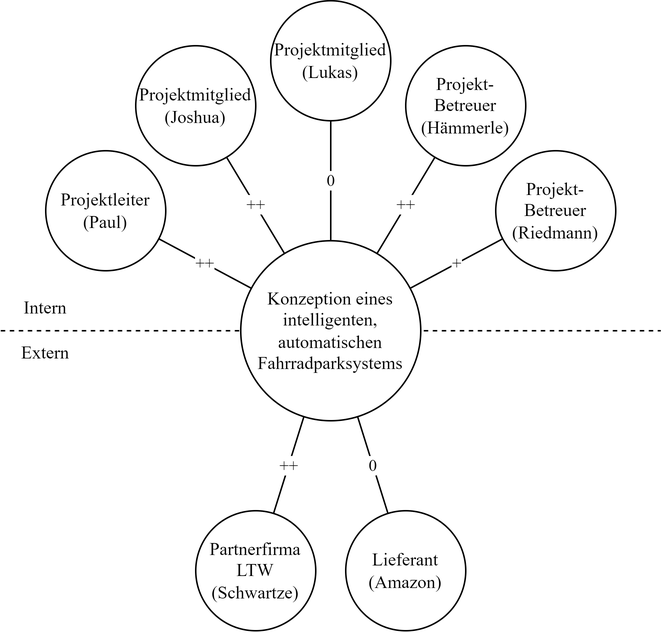
Earlier version of the draw.io export Diplomarbeit/images/projektumweltanalyse.png (jokil123/Fahrradturm). Source tidied: cells renumbered, new cells last; positions are measured from the earlier drawing's top-left corner, leaving out a move shared by most shapes.
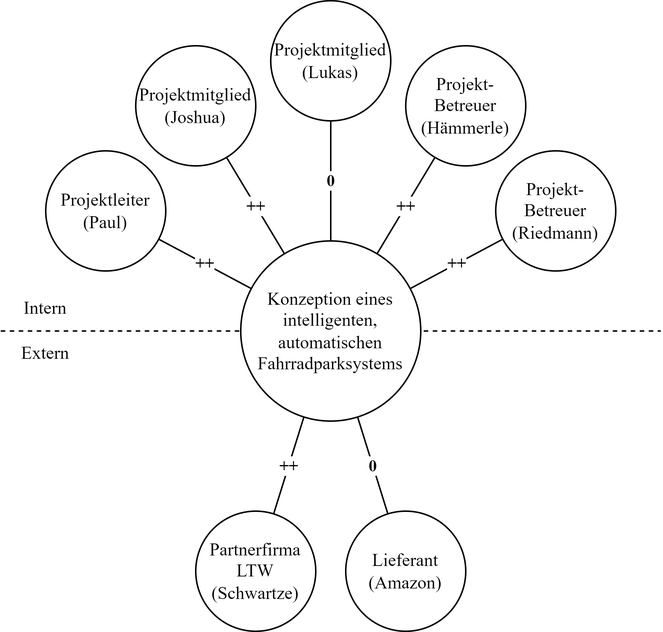
Later version of the same file.

The edit, as a diff of the source:
```diff
@@ -8,10 +8,10 @@
         <mxPoint x="440" y="220" as="targetPoint" />
       </mxGeometry>
     </mxCell>
-    <mxCell id="3" value="0" style="edgeStyle=none;html=1;fontFamily=Times New Roman;endArrow=none;endFill=0;" parent="1" edge="1" source="5" target="17">
+    <mxCell id="3" value="0" style="edgeStyle=none;html=1;fontFamily=Times New Roman;endArrow=none;endFill=0;fontStyle=1;" parent="1" edge="1" source="5" target="17">
       <mxGeometry relative="1" as="geometry" />
     </mxCell>
-    <mxCell id="4" value="++" style="edgeStyle=none;html=1;fontFamily=Times New Roman;endArrow=none;endFill=0;" parent="1" edge="1" source="5" target="16">
+    <mxCell id="4" value="++" style="edgeStyle=none;html=1;fontFamily=Times New Roman;endArrow=none;endFill=0;fontStyle=1;" parent="1" edge="1" source="5" target="16">
       <mxGeometry relative="1" as="geometry" />
     </mxCell>
     <mxCell id="5" value="Konzeption eines intelligenten, automatischen Fahrradparksystems" style="ellipse;whiteSpace=wrap;html=1;fontFamily=Times New Roman;" parent="1" vertex="1">
@@ -23,25 +23,25 @@
     <mxCell id="7" value="Extern" style="text;html=1;strokeColor=none;fillColor=none;align=center;verticalAlign=middle;whiteSpace=wrap;rounded=0;fontFamily=Times New Roman;" parent="1" vertex="1">
       <mxGeometry y="220" width="60" height="30" as="geometry" />
     </mxCell>
-    <mxCell id="8" value="++" style="edgeStyle=none;html=1;fontFamily=Times New Roman;endArrow=none;endFill=0;" parent="1" edge="1" source="9" target="5">
+    <mxCell id="8" value="++" style="edgeStyle=none;html=1;fontFamily=Times New Roman;endArrow=none;endFill=0;fontStyle=1;" parent="1" edge="1" source="9" target="5">
       <mxGeometry relative="1" as="geometry" />
     </mxCell>
     <mxCell id="9" value="Projektleiter&lt;br&gt;(Paul)" style="ellipse;whiteSpace=wrap;html=1;fontFamily=Times New Roman;" parent="1" vertex="1">
       <mxGeometry x="30" y="100" width="80" height="80" as="geometry" />
     </mxCell>
-    <mxCell id="10" value="++" style="edgeStyle=none;html=1;fontFamily=Times New Roman;endArrow=none;endFill=0;" parent="1" edge="1" source="11" target="5">
+    <mxCell id="10" value="++" style="edgeStyle=none;html=1;fontFamily=Times New Roman;endArrow=none;endFill=0;fontStyle=1;" parent="1" edge="1" source="11" target="5">
       <mxGeometry relative="1" as="geometry" />
     </mxCell>
     <mxCell id="11" value="Projektmitglied&lt;br&gt;(Joshua)" style="ellipse;whiteSpace=wrap;html=1;fontFamily=Times New Roman;" parent="1" vertex="1">
       <mxGeometry x="90" y="30" width="80" height="80" as="geometry" />
     </mxCell>
-    <mxCell id="12" value="0" style="edgeStyle=none;html=1;fontFamily=Times New Roman;endArrow=none;endFill=0;" parent="1" edge="1" source="13" target="5">
+    <mxCell id="12" value="0" style="edgeStyle=none;html=1;fontFamily=Times New Roman;endArrow=none;endFill=0;fontStyle=1;" parent="1" edge="1" source="13" target="5">
       <mxGeometry relative="1" as="geometry" />
     </mxCell>
     <mxCell id="13" value="Projektmitglied&lt;br&gt;(Lukas)" style="ellipse;whiteSpace=wrap;html=1;fontFamily=Times New Roman;" parent="1" vertex="1">
       <mxGeometry x="180" width="80" height="80" as="geometry" />
     </mxCell>
-    <mxCell id="14" value="++" style="edgeStyle=none;html=1;fontFamily=Times New Roman;endArrow=none;endFill=0;" parent="1" edge="1" source="15" target="5">
+    <mxCell id="14" value="++" style="edgeStyle=none;html=1;fontFamily=Times New Roman;endArrow=none;endFill=0;fontStyle=1;" parent="1" edge="1" source="15" target="5">
       <mxGeometry relative="1" as="geometry" />
     </mxCell>
     <mxCell id="15" value="Projekt-&lt;br&gt;Betreuer&lt;br&gt;(Hämmerle)" style="ellipse;whiteSpace=wrap;html=1;fontFamily=Times New Roman;" parent="1" vertex="1">
@@ -56,7 +56,7 @@
     <mxCell id="18" value="Projekt-&lt;br&gt;Betreuer&lt;br&gt;(Riedmann)" style="ellipse;whiteSpace=wrap;html=1;fontFamily=Times New Roman;" parent="1" vertex="1">
       <mxGeometry x="330" y="100" width="80" height="80" as="geometry" />
     </mxCell>
-    <mxCell id="19" value="+" style="edgeStyle=none;html=1;fontFamily=Times New Roman;endArrow=none;endFill=0;" parent="1" edge="1" source="18" target="5">
+    <mxCell id="19" value="++" style="edgeStyle=none;html=1;fontFamily=Times New Roman;endArrow=none;endFill=0;fontStyle=1;" parent="1" edge="1" source="18" target="5">
       <mxGeometry relative="1" as="geometry" />
     </mxCell>
   </root>
```
